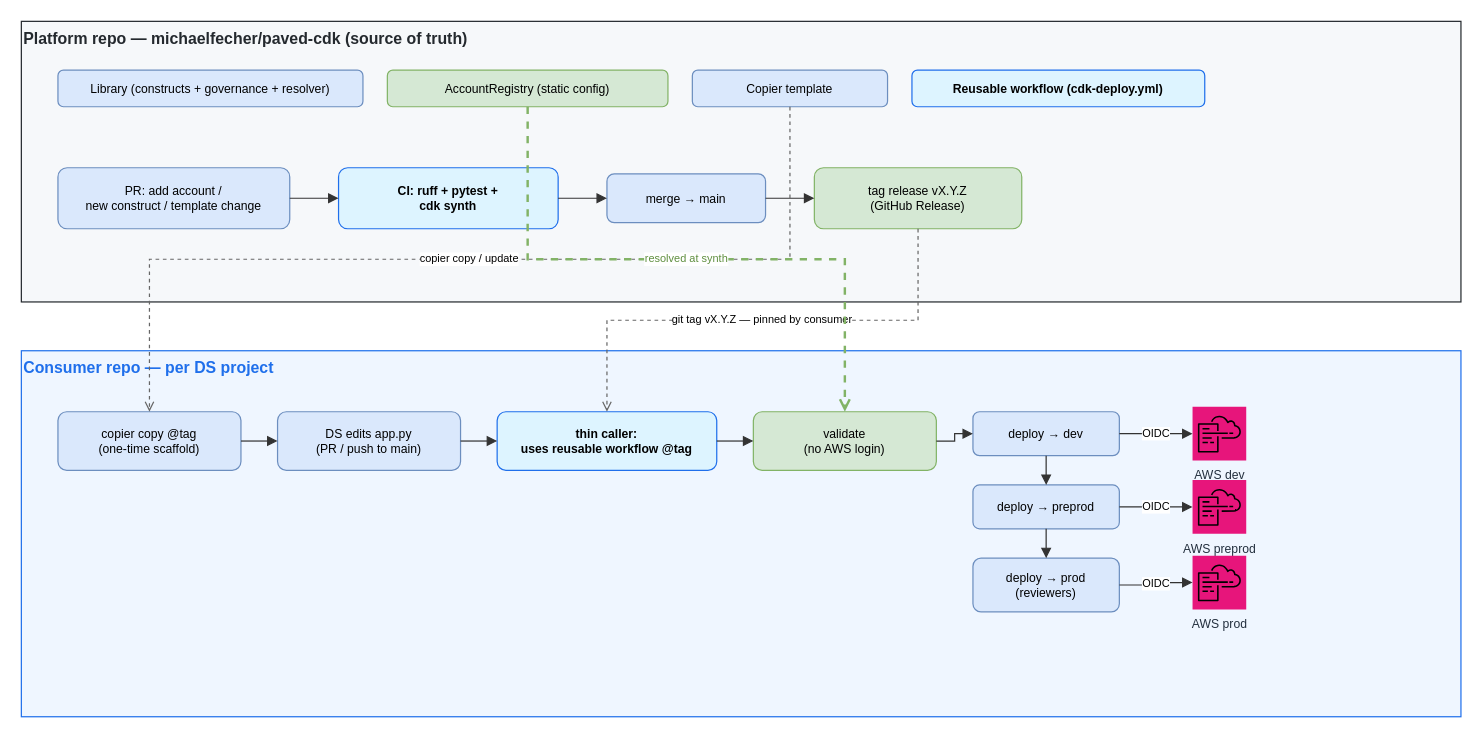
michaelfecher/paved-cdk keeps this draw.io diagram as page "Repos & Workflows" (3 of 3) of docs/diagrams/paved-cdk-hld.drawio. Above is the earlier version. Source tidied: cells renumbered, new cells numbered last; positions are measured from the earlier drawing's top-left corner, leaving out a move shared by most shapes. Both pictures are drawn from the tidied source at 122%, with x=0, y=0 at pixel (21, 21).
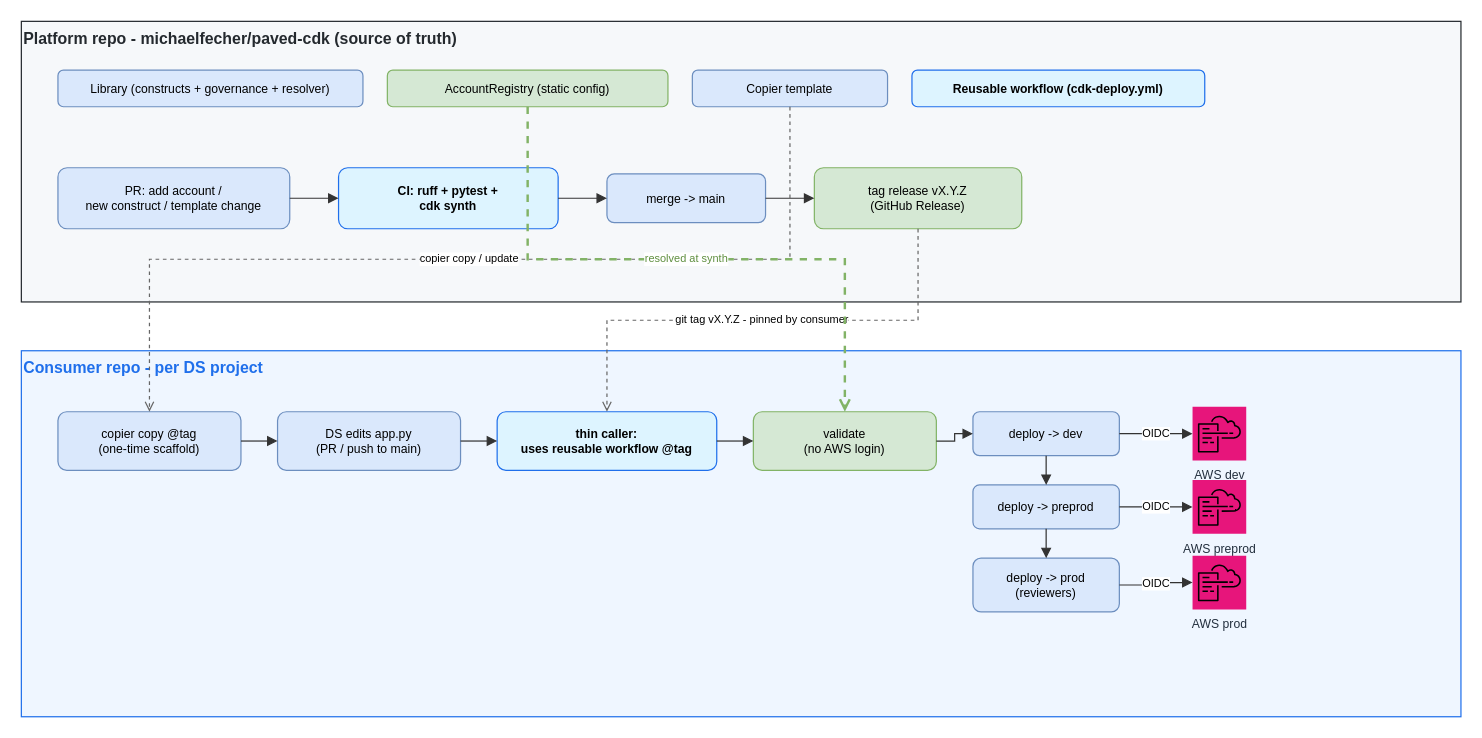
Above is the later version.

Unchanged cells that the change refers to:
```xml
<mxCell id="10" value="tag release vX.Y.Z&lt;br&gt;(GitHub Release)" style="rounded=1;whiteSpace=wrap;html=1;strokeColor=#82B366;fillColor=#D5E8D4;fontSize=10;" parent="1" vertex="1">
  <mxGeometry x="650" y="120" width="170" height="50" as="geometry" />
</mxCell>
<mxCell id="17" value="thin caller:&lt;br&gt;uses reusable workflow @tag" style="rounded=1;whiteSpace=wrap;html=1;strokeColor=#1F6FEB;fillColor=#DDF4FF;fontSize=10;fontStyle=1;" parent="1" vertex="1">
  <mxGeometry x="390" y="320" width="180" height="48" as="geometry" />
</mxCell>
```

What changed in the source:
```diff
@@
-    <mxCell id="2" value="Platform repo — michaelfecher/paved-cdk  (source of truth)" style="rounded=0;whiteSpace=wrap;html=1;fillColor=#F6F8FA;strokeColor=#24292E;verticalAlign=top;align=left;fontStyle=1;fontSize=13;fontColor=#24292E;" parent="1" vertex="1">
+    <mxCell id="2" value="Platform repo - michaelfecher/paved-cdk  (source of truth)" style="rounded=0;whiteSpace=wrap;html=1;fillColor=#F6F8FA;strokeColor=#24292E;verticalAlign=top;align=left;fontStyle=1;fontSize=13;fontColor=#24292E;" parent="1" vertex="1">
       <mxGeometry width="1180" height="230" as="geometry" />
     </mxCell>
@@
-    <mxCell id="9" value="merge → main" style="rounded=1;whiteSpace=wrap;html=1;strokeColor=#6C8EBF;fillColor=#DAE8FC;fontSize=10;" parent="1" vertex="1">
+    <mxCell id="9" value="merge -&gt; main" style="rounded=1;whiteSpace=wrap;html=1;strokeColor=#6C8EBF;fillColor=#DAE8FC;fontSize=10;" parent="1" vertex="1">
       <mxGeometry x="480" y="125" width="130" height="40" as="geometry" />
     </mxCell>
@@
-    <mxCell id="14" value="Consumer repo — per DS project" style="rounded=0;whiteSpace=wrap;html=1;fillColor=#EFF6FF;strokeColor=#1F6FEB;verticalAlign=top;align=left;fontStyle=1;fontSize=13;fontColor=#1F6FEB;" parent="1" vertex="1">
+    <mxCell id="14" value="Consumer repo - per DS project" style="rounded=0;whiteSpace=wrap;html=1;fillColor=#EFF6FF;strokeColor=#1F6FEB;verticalAlign=top;align=left;fontStyle=1;fontSize=13;fontColor=#1F6FEB;" parent="1" vertex="1">
       <mxGeometry y="270" width="1180" height="300" as="geometry" />
     </mxCell>
@@
-    <mxCell id="19" value="deploy → dev" style="rounded=1;whiteSpace=wrap;html=1;strokeColor=#6C8EBF;fillColor=#DAE8FC;fontSize=10;" parent="1" vertex="1">
+    <mxCell id="19" value="deploy -&gt; dev" style="rounded=1;whiteSpace=wrap;html=1;strokeColor=#6C8EBF;fillColor=#DAE8FC;fontSize=10;" parent="1" vertex="1">
       <mxGeometry x="780" y="320" width="120" height="36" as="geometry" />
     </mxCell>
-    <mxCell id="20" value="deploy → preprod" style="rounded=1;whiteSpace=wrap;html=1;strokeColor=#6C8EBF;fillColor=#DAE8FC;fontSize=10;" parent="1" vertex="1">
+    <mxCell id="20" value="deploy -&gt; preprod" style="rounded=1;whiteSpace=wrap;html=1;strokeColor=#6C8EBF;fillColor=#DAE8FC;fontSize=10;" parent="1" vertex="1">
       <mxGeometry x="780" y="380" width="120" height="36" as="geometry" />
     </mxCell>
-    <mxCell id="21" value="deploy → prod&lt;br&gt;(reviewers)" style="rounded=1;whiteSpace=wrap;html=1;strokeColor=#6C8EBF;fillColor=#DAE8FC;fontSize=10;" parent="1" vertex="1">
+    <mxCell id="21" value="deploy -&gt; prod&lt;br&gt;(reviewers)" style="rounded=1;whiteSpace=wrap;html=1;strokeColor=#6C8EBF;fillColor=#DAE8FC;fontSize=10;" parent="1" vertex="1">
       <mxGeometry x="780" y="440" width="120" height="44" as="geometry" />
     </mxCell>
@@
-    <mxCell id="34" value="git tag vX.Y.Z — pinned by consumer" style="edgeStyle=orthogonalEdgeStyle;rounded=0;html=1;endArrow=open;dashed=1;strokeColor=#666;fontSize=9;exitX=0.5;exitY=1;exitDx=0;exitDy=0;entryX=0.5;entryY=0;entryDx=0;entryDy=0;" parent="1" edge="1" source="10" target="17">
+    <mxCell id="34" value="git tag vX.Y.Z - pinned by consumer" style="edgeStyle=orthogonalEdgeStyle;rounded=0;html=1;endArrow=open;dashed=1;strokeColor=#666;fontSize=9;exitX=0.5;exitY=1;exitDx=0;exitDy=0;entryX=0.5;entryY=0;entryDx=0;entryDy=0;" parent="1" edge="1" source="10" target="17">
       <mxGeometry relative="1" as="geometry" />
     </mxCell>
```
